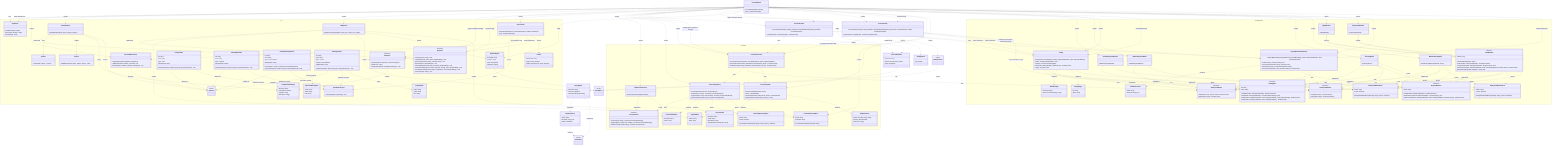
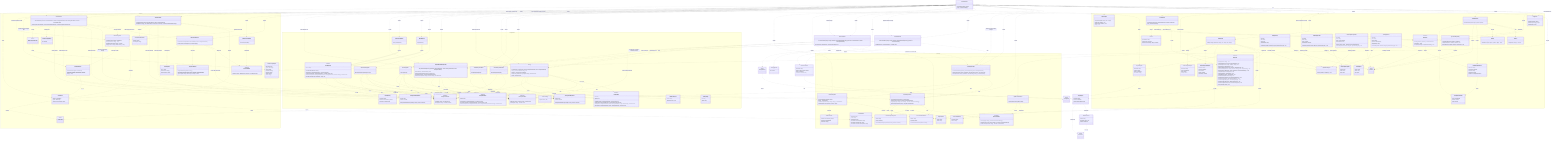
classDiagram
  direction TB

  class LicenseWizard {
    +LicenseWizard(args: string[])
    +run() Promise~Answer[]~
  }

  class LicenseInstaller {
    +LicenseInstaller(config: Config, manifests: ProjectManifestRepository, generator: LicenseGenerator)
    +install(selection: LicenseSelection) Promise~void~
  }

  class LicenseVerifier {
    +LicenseVerifier(config: Config, manifests: ProjectManifestRepository, generator: LicenseGenerator, reader: IFileSystemReader)
    +verify(options: VerifyOptions) Promise~VerifyOutcome~
  }

  class LicenseSelection {
    +licenseId: string
    +tokens: Record~string, string~
    +save: ConfigSave
+     +headers?: HeaderConfig
  }

  class ConfigSave {
    <<union>>
  }

  class VerifyOptions {
    +fix: boolean
  }

  class VerifyOutcome {
    <<union>>
  }

  class VerifyReport {
    +licenseId: string
    +license: DriftStatus
    +manifests: ManifestCheck[]
  }

  class ManifestCheck {
    +name: string
    +declared: string | null
    +status: DriftStatus
  }

  class DriftStatus {
    <<union>>
  }

  namespace CLI {
    class FlagParser {
      +FlagParser(flags: object)
      +parse(args: string[]) object
      +formatHelp() string
    }

    class Orchestrator {
      +Orchestrator(repository: QuestionRepository, renderer: IRenderer)
      +run() Promise~Answer[]~
    }

    class IRenderer {
      <<interface>>
      +render(question: Question) Promise~Answer~
      +onCancel() string
      +complete(summary: CompletionSummary) void
    }

    class CompletionSummary {
      +licenseId: string
      +customized: boolean
      +savedTo: string
      +manifests: string[]
+       +headers?: CompletionHeaders
+     }
+ 
+     class CompletionHeaders {
+       +style: HeaderStyle
+       +written: number
+       +total: number
+     }
+ 
+     class ProgressBar {
+       +ProgressBar(label: string, out?: object)
+       +start(total: number) void
+       +update(done: number) void
+       +stop() void
    }

    class ClackRenderer {
      +ClackRenderer(meta: object, spinner: Spinner)
    }

    class IReporter {
      <<interface>>
      +usage(options: string) void
      +tokens(licenseId: string, slots: TemplateSlot[]) void
      +generated(licenseId: string, savedTo: string) void
      +dryRun(report: DryRunReport) void
      +missingFields(licenseId: string, missing: TemplateSlot[]) void
      +unknownFields(licenseId: string, unknown: string[], slots: TemplateSlot[]) void
      +licenseNotFound(licenseId: string, suggestions: LicenseIndexEntry[]) void
+       +verifyMatch(report: VerifyReport) void
+       +verifyFixed(report: VerifyReport) void
+       +verifyMismatch(report: VerifyReport) void
+       +headersNoFiles(licenseId: string) void
+       +headersGenerated(report: HeaderGenerateReport) void
+       +headersDryRun(report: HeaderDryRunReport) void
+       +headersVerifyMatch(report: HeaderVerifyReport) void
+       +headersVerifyFixed(report: HeaderVerifyReport) void
+       +headersVerifyMismatch(report: HeaderVerifyReport) void
      +error(message: string) void
+     }
+ 
+     class HeaderGenerateReport {
+       +licenseId: string
+       +style: HeaderStyle
+       +total: number
+       +written: number
+       +unchanged: number
+     }
+ 
+     class HeaderDryRunReport {
+       +licenseId: string
+       +style: HeaderStyle
+       +files: string[]
+       +sample: string
    }

    class DryRunReport {
      +licenseId: string
      +content: string
      +save: ConfigSave
      +manifests: string[]
    }

    class CliReporter {
      +CliReporter(programName: string, out?: object, err?: object)
    }

    class Banner {
      +buildBanner(meta: object, options: object) string
    }

    class Spinner {
      +start(handle: object) Function
    }

    class QuestionRepository {
      +QuestionRepository(questions: Question[])
      +getByIndex(index: number) Question | null
      +insertAt(index: number, questions: Question[]) void
    }

    class QuestionLifecycle {
      +inject(questions: Question[]) void
    }

    class Question {
      <<union>>
    }

    class TextQuestion {
      +id: string
      +text: string
      +type: "text"
      +defaultValue: string
      +onAnswer(answer: Answer, lifecycle: QuestionLifecycle) void
    }

    class ConfirmQuestion {
      +id: string
      +text: string
      +type: "confirm"
      +defaultValue: boolean
      +onAnswer(answer: Answer, lifecycle: QuestionLifecycle) void
    }

    class AutocompleteQuestion {
      +id: string
      +text: string
      +type: "autocomplete"
      +defaultValue: string
      +search(query: string) Promise~AutocompleteOption[]~
      +onAnswer(answer: Answer, lifecycle: QuestionLifecycle) void
    }

    class AutocompleteOption {
      +value: string
      +label: string
      +hint: string
    }

    class SelectQuestion {
      +id: string
      +text: string
      +type: "select"
      +options: SelectOption[]
      +defaultValue: string
      +onAnswer(answer: Answer, lifecycle: QuestionLifecycle) void
    }

    class SelectOption {
      +value: string
      +label: string
      +hint: string
    }

    class Answer {
      +questionId: string
      +value: string | boolean
      +fields: Record~string, string | boolean~
    }
  }

  namespace Licensing {
    class LicenseRepository {
      +LicenseRepository(source: ILicenseSource)
      +search(query: string) Promise~LicenseIndexEntry[]~
      +suggest(query: string, limit: number) Promise~LicenseIndexEntry[]~
      +getLicense(licenseId: string) Promise~LicenseDetail~
    }

    class LicenseRepositoryError {
      +name: string
      +cause: unknown
      +LicenseRepositoryError(message: string, cause?: unknown)
    }

    class LicenseNotFoundError {
      +name: string
      +licenseId: string
      +LicenseNotFoundError(licenseId: string)
    }

    class ILicenseSource {
      <<interface>>
      +search(query: string) Promise~LicenseIndexEntry[]~
      +suggest(query: string, limit: number) Promise~LicenseIndexEntry[]~
      +fetchLicense(licenseId: string) Promise~LicenseDetail~
    }

    class SpdxLicenseSource {
      +SpdxLicenseSource(ttlMs: number)
    }

    class LicenseIndexEntry {
      +licenseId: string
      +name: string
    }

    class LicenseDetail {
      +licenseId: string
      +name: string
      +licenseText: string
      +standardLicenseTemplate?: string
+       +standardLicenseHeader?: string
+       +standardLicenseHeaderTemplate?: string
    }

    class LicenseTemplate {
      +LicenseTemplate(template: string)
      +slots() TemplateSlot[]
      +resolveSlots(entries: Map~string, string~) SlotResolution
      +render(values: Record~string, string~) string
    }

    class TemplateSlot {
      +token: string
      +label: string
    }

    class SlotResolution {
      +values: Record~string, string~
      +missing: TemplateSlot[]
      +unknown: string[]
    }

    class LicenseGenerator {
      +LicenseGenerator(repository: LicenseRepository, writer: IFileSystemWriter)
      +generate(licenseId: string, slotValues?: Record~string, string~) Promise~void~
      +render(licenseId: string, slotValues?: Record~string, string~) Promise~string~
    }
  }

  namespace Configuration {
    class IFileSystemReader {
      <<interface>>
      +read(path: string) Promise~string~
      +exists(path: string) Promise~boolean~
    }

    class IFileSystemWriter {
      <<interface>>
      +write(path: string, content: string) Promise~void~
      +delete(path: string) Promise~void~
    }

    class NodeFileSystemReader {
      +NodeFileSystemReader()
    }

    class NodeFileSystemWriter {
      +NodeFileSystemWriter()
    }

    class FileSystemReaderError {
      +name: string
      +cause: unknown
      +FileSystemReaderError(message: string, cause?: unknown)
    }

    class FileSystemWriterError {
      +name: string
      +cause: unknown
      +FileSystemWriterError(message: string, cause?: unknown)
    }

    class WizardConfig {
      +licenseId: string
      +tokens?: Record~string, string~
+       +headers?: HeaderConfig
+     }
+ 
+     class HeaderConfig {
+       +style: "short" | "full"
    }

    class ConfigTarget {
      +id: string
      +label: string
    }

    class IConfigStore {
      <<interface>>
      +id: string
      +label: string
      +available(reader: IFileSystemReader) Promise~boolean~
      +read(reader: IFileSystemReader) Promise~WizardConfig | null~
      +write(reader: IFileSystemReader, writer: IFileSystemWriter, config: WizardConfig) Promise~void~
      +clear(reader: IFileSystemReader, writer: IFileSystemWriter) Promise~void~
    }

    class RcConfigStore {
      +RcConfigStore()
    }

    class ManifestConfigStore {
      +ManifestConfigStore(fileName: string)
    }

    class Config {
      +Config(stores: IConfigStore[], reader: IFileSystemReader, writer: IFileSystemWriter)
      +read() Promise~WizardConfig | null~
      +targets() Promise~ConfigTarget[]~
      +write(config: WizardConfig, targetId: string) Promise~void~
      +clear() Promise~void~
    }

    class IProjectManifest {
      <<interface>>
      +name: string
      +exists(reader: IFileSystemReader) Promise~boolean~
      +readLicense(reader: IFileSystemReader) Promise~string | null~
      +writeLicense(reader: IFileSystemReader, writer: IFileSystemWriter, licenseId: string) Promise~void~
    }

    class JsonManifest {
      <<abstract>>
      +JsonManifest(fileName: string)
      +name: string
      +exists(reader: IFileSystemReader) Promise~boolean~
      +readLicense(reader: IFileSystemReader) Promise~string | null~
      +writeLicense(reader: IFileSystemReader, writer: IFileSystemWriter, licenseId: string) Promise~void~
      #extractLicenseId(value: unknown)* string | null
    }

    class NpmManifest {
      +NpmManifest()
    }

    class ComposerManifest {
      +ComposerManifest()
    }

    class ProjectManifestRepository {
      +ProjectManifestRepository(manifests: IProjectManifest[], reader: IFileSystemReader, writer: IFileSystemWriter)
      +readLicense() Promise~string | null~
      +writeLicense(licenseId: string) Promise~void~
      +declaredLicenses() Promise~ManifestLicense[]~
      +writeLicenseTo(name: string, licenseId: string) Promise~void~
    }

    class ManifestLicense {
      +name: string
      +licenseId: string | null
+     }
+   }
+ 
+   namespace Headers {
+     class HeaderPlan {
+       +detail: LicenseDetail
+       +style: HeaderStyle
+       +tokens: Record~string, string~
+     }
+ 
+     class HeaderStyle {
+       <<union>>
+     }
+ 
+     class HeaderRenderer {
+       +HeaderRenderer(plan: HeaderPlan)
+       +supportsFull(detail: LicenseDetail)$ boolean
+       +body() string
+     }
+ 
+     class HeaderComposer {
+       +HeaderComposer(plan: HeaderPlan)
+       +block(extension: string) string
+       +hasManaged(content: string) boolean
+       +apply(content: string, filePath: string) string
+     }
+ 
+     class SourceFileScanner {
+       +SourceFileScanner(walker: IFileTreeWalker, reader: IFileSystemReader)
+       +scan(options?: ScanOptions) Promise~string[]~
+     }
+ 
+     class ScanOptions {
+       +root?: string
+       +extensions?: string[]
+       +extraIgnores?: string[]
+     }
+ 
+     class GitignoreMatcher {
+       +GitignoreMatcher(patterns: string[])
+       +fromContent(content: string, extra?: string[])$ GitignoreMatcher
+       +ignores(path: string, isDirectory: boolean) boolean
+     }
+ 
+     class IFileTreeWalker {
+       <<interface>>
+       +walk(root: string, skipDirectory: Function) Promise~string[]~
+     }
+ 
+     class NodeFileTreeWalker {
+       +NodeFileTreeWalker()
+     }
+ 
+     class HeaderInstaller {
+       +HeaderInstaller(reader: IFileSystemReader, writer: IFileSystemWriter)
+       +install(files: string[], plan: HeaderPlan, onProgress?: Function) Promise~HeaderInstallSummary~
+     }
+ 
+     class HeaderInstallSummary {
+       +written: string[]
+       +unchanged: string[]
+     }
+ 
+     class HeaderVerifier {
+       +HeaderVerifier(scanner: SourceFileScanner, reader: IFileSystemReader, writer: IFileSystemWriter, licenses: LicenseRepository)
+       +verify(config: WizardConfig, options: HeaderVerifyOptions) Promise~HeaderVerifyOutcome~
+     }
+ 
+     class HeaderVerifyOptions {
+       +fix: boolean
+     }
+ 
+     class HeaderVerifyOutcome {
+       <<union>>
+     }
+ 
+     class HeaderVerifyReport {
+       +licenseId: string
+       +style: HeaderStyle
+       +total: number
+       +matched: string[]
+       +missing: string[]
+       +drifted: string[]
+       +fixed: string[]
    }
  }

  TextQuestion ..|> Question : member of
  ConfirmQuestion ..|> Question : member of
  AutocompleteQuestion ..|> Question : member of
  SelectQuestion ..|> Question : member of
  TextQuestion ..> QuestionLifecycle : onAnswer receives
  ConfirmQuestion ..> QuestionLifecycle : onAnswer receives
  AutocompleteQuestion ..> QuestionLifecycle : onAnswer receives
  SelectQuestion ..> QuestionLifecycle : onAnswer receives
  SelectQuestion ..> SelectOption : offers
  Orchestrator ..> QuestionLifecycle : creates
  ClackRenderer ..|> IRenderer : implements
  ClackRenderer ..> Spinner : uses
  ClackRenderer ..> Banner : renders
  IRenderer ..> CompletionSummary : renders
  ClackRenderer ..> CompletionSummary : renders
  CliReporter ..|> IReporter : implements
  CliReporter ..> TemplateSlot : renders
  CliReporter ..> VerifyReport : renders
  CliReporter ..> DryRunReport : renders
  LicenseWizard ..> FlagParser : uses
  LicenseWizard ..> FlagParser : reads defaults from
  LicenseWizard ..> QuestionRepository : creates
  LicenseWizard ..> ClackRenderer : creates
  LicenseWizard ..> CliReporter : creates
  LicenseWizard ..> IRenderer : reports completion through
  LicenseWizard ..> IReporter : reports through
  LicenseWizard ..> Orchestrator : creates
  LicenseWizard ..> SpdxLicenseSource : creates
  LicenseWizard ..> LicenseRepository : creates
  LicenseWizard ..> LicenseGenerator : creates
  LicenseWizard ..> LicenseGenerator : renders dry-run preview through
  LicenseWizard ..> LicenseInstaller : creates
  LicenseWizard ..> LicenseInstaller : applies selection through
  LicenseWizard ..> LicenseSelection : builds
  LicenseWizard ..> DryRunReport : builds
  LicenseWizard ..> LicenseVerifier : creates
  LicenseWizard ..> LicenseVerifier : verifies through
  LicenseInstaller ..> Config : uses
  LicenseInstaller ..> ProjectManifestRepository : writes selection to
  LicenseInstaller ..> LicenseGenerator : uses
  LicenseInstaller ..> LicenseSelection : applies
  LicenseVerifier ..> Config : reads config from
  LicenseVerifier ..> ProjectManifestRepository : checks and reconciles manifests through
  LicenseVerifier ..> LicenseGenerator : re-renders and rewrites with
  LicenseVerifier ..> IFileSystemReader : reads LICENSE through
  LicenseVerifier ..> VerifyOptions : configured by
  LicenseVerifier ..> VerifyOutcome : returns
  VerifyOutcome ..> VerifyReport : carries
  VerifyReport ..> ManifestCheck : aggregates
  VerifyReport ..> DriftStatus : statuses by
  ManifestCheck ..> DriftStatus : status by
  ProjectManifestRepository ..> ManifestLicense : produces
  LicenseSelection ..> ConfigSave : has
  DryRunReport ..> ConfigSave : carries
  Orchestrator ..> QuestionRepository : gets questions from
  Orchestrator ..> IRenderer : feeds questions to
  ClackRenderer ..> Question : renders
  QuestionRepository ..> Question : produces
  AutocompleteQuestion ..> AutocompleteOption : search produces
  Orchestrator ..> Answer : collects
  SpdxLicenseSource ..|> ILicenseSource : implements
  LicenseRepository ..> ILicenseSource : uses
  LicenseRepository ..> LicenseIndexEntry : produces
  LicenseRepository ..> LicenseDetail : produces
  LicenseRepository ..> LicenseRepositoryError : throws
  LicenseRepository ..> LicenseNotFoundError : throws
  SpdxLicenseSource ..> LicenseNotFoundError : throws
  LicenseWizard ..> LicenseNotFoundError : handles
  CliReporter ..> LicenseIndexEntry : renders
  LicenseGenerator ..> LicenseRepository : uses
  LicenseGenerator ..> IFileSystemWriter : uses
  LicenseGenerator ..> LicenseTemplate : uses
  LicenseTemplate ..> TemplateSlot : produces
  LicenseTemplate ..> SlotResolution : produces
  LicenseWizard ..> LicenseTemplate : creates
  NodeFileSystemReader ..|> IFileSystemReader : implements
  NodeFileSystemWriter ..|> IFileSystemWriter : implements
  NodeFileSystemReader ..> FileSystemReaderError : throws
  NodeFileSystemWriter ..> FileSystemWriterError : throws
  Config ..> IConfigStore : coordinates
  Config ..> IFileSystemReader : uses
  Config ..> IFileSystemWriter : uses
  Config ..> WizardConfig : produces
  Config ..> ConfigTarget : produces
  Config ..> FileSystemWriterError : throws
  RcConfigStore ..|> IConfigStore : implements
  ManifestConfigStore ..|> IConfigStore : implements
  RcConfigStore ..> IFileSystemReader : uses
  RcConfigStore ..> IFileSystemWriter : uses
  RcConfigStore ..> FileSystemReaderError : throws
  RcConfigStore ..> FileSystemWriterError : throws
  ManifestConfigStore ..> IFileSystemReader : uses
  ManifestConfigStore ..> IFileSystemWriter : uses
  ManifestConfigStore ..> FileSystemReaderError : throws
  ManifestConfigStore ..> FileSystemWriterError : throws
  JsonManifest ..|> IProjectManifest : implements
  NpmManifest --|> JsonManifest : extends
  ComposerManifest --|> JsonManifest : extends
  JsonManifest ..> IFileSystemReader : uses
  JsonManifest ..> IFileSystemWriter : uses
  JsonManifest ..> FileSystemReaderError : throws
  JsonManifest ..> FileSystemWriterError : throws
  ProjectManifestRepository ..> IProjectManifest : coordinates
  ProjectManifestRepository ..> IFileSystemReader : uses
  ProjectManifestRepository ..> IFileSystemWriter : uses
  LicenseWizard ..> NodeFileSystemReader : creates
  LicenseWizard ..> NodeFileSystemWriter : creates
  LicenseWizard ..> Config : creates
  LicenseWizard ..> Config : reads defaults from
  LicenseWizard ..> RcConfigStore : creates
  LicenseWizard ..> ManifestConfigStore : creates
  LicenseWizard ..> NpmManifest : creates
  LicenseWizard ..> ComposerManifest : creates
  LicenseWizard ..> ProjectManifestRepository : creates
  LicenseWizard ..> ProjectManifestRepository : reads defaults from
+   LicenseWizard ..> SourceFileScanner : creates
+   LicenseWizard ..> NodeFileTreeWalker : creates
+   LicenseWizard ..> HeaderInstaller : creates
+   LicenseWizard ..> HeaderInstaller : writes headers through
+   LicenseWizard ..> HeaderVerifier : creates
+   LicenseWizard ..> HeaderVerifier : verifies headers through
+   LicenseWizard ..> HeaderRenderer : checks full-header support with
+   LicenseWizard ..> HeaderComposer : previews header block with
+   LicenseWizard ..> ProgressBar : drives header progress with
+   LicenseWizard ..> HeaderPlan : builds
+   CliReporter ..> HeaderGenerateReport : renders
+   CliReporter ..> HeaderDryRunReport : renders
+   CliReporter ..> HeaderVerifyReport : renders
+   HeaderConfig ..> HeaderStyle : style by
+   HeaderPlan ..> LicenseDetail : carries
+   HeaderPlan ..> HeaderStyle : styled by
+   HeaderRenderer ..> HeaderPlan : renders
+   HeaderRenderer ..> LicenseTemplate : substitutes header template with
+   HeaderComposer ..> HeaderPlan : composes
+   HeaderComposer ..> HeaderRenderer : renders body with
+   HeaderInstaller ..> HeaderComposer : applies header with
+   HeaderInstaller ..> HeaderPlan : applies
+   HeaderInstaller ..> IFileSystemReader : reads files through
+   HeaderInstaller ..> IFileSystemWriter : writes files through
+   HeaderInstaller ..> HeaderInstallSummary : produces
+   HeaderVerifier ..> SourceFileScanner : rediscovers files through
+   HeaderVerifier ..> HeaderComposer : compares against
+   HeaderVerifier ..> LicenseRepository : fetches header detail through
+   HeaderVerifier ..> IFileSystemReader : reads files through
+   HeaderVerifier ..> IFileSystemWriter : rewrites files through
+   HeaderVerifier ..> WizardConfig : verifies against
+   HeaderVerifier ..> HeaderVerifyOptions : configured by
+   HeaderVerifier ..> HeaderVerifyOutcome : returns
+   HeaderVerifyOutcome ..> HeaderVerifyReport : carries
+   SourceFileScanner ..> IFileTreeWalker : walks with
+   SourceFileScanner ..> IFileSystemReader : reads .gitignore through
+   SourceFileScanner ..> GitignoreMatcher : filters with
+   SourceFileScanner ..> ScanOptions : configured by
+   NodeFileTreeWalker ..|> IFileTreeWalker : implements
+   ClackRenderer ..> CompletionHeaders : renders
+   CompletionSummary ..> CompletionHeaders : carries
